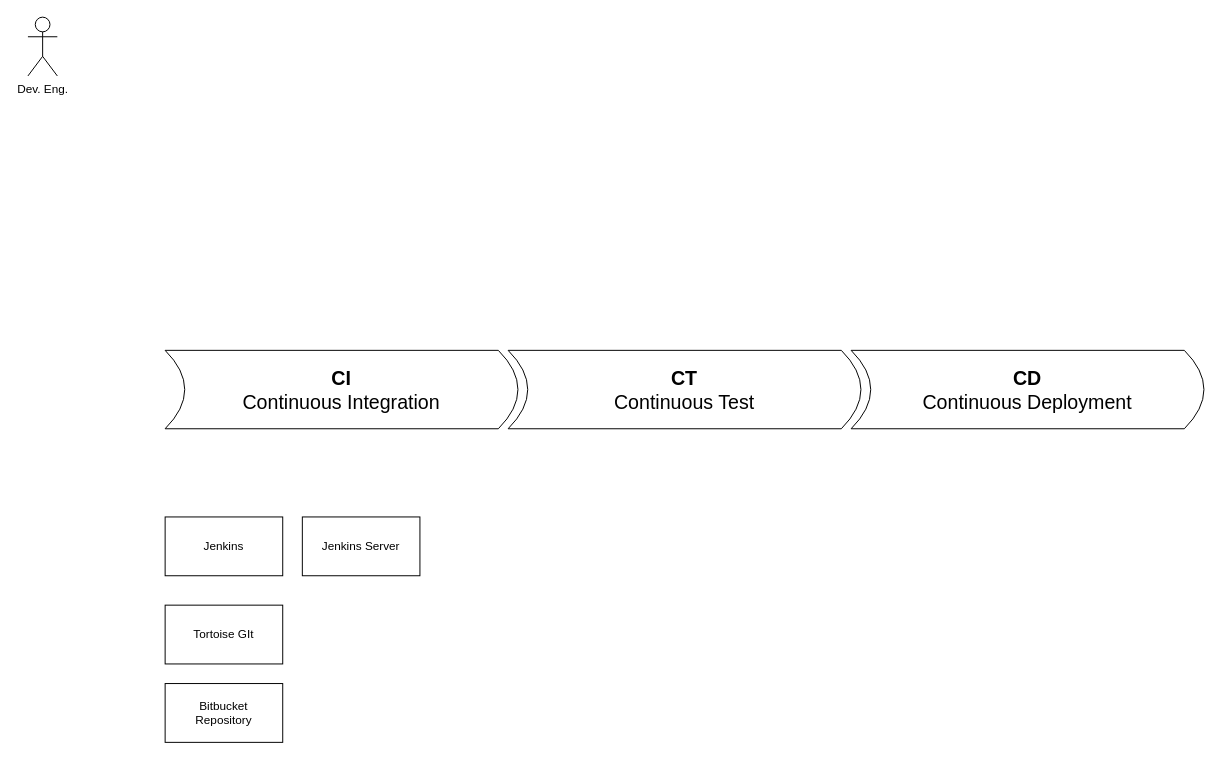
Above: Devops Pipeline.drawio in EdwardsKorea/CommonDrawIO (draw.io), before the change. Source tidied: cells renumbered, new cells numbered last; positions are measured from the earlier drawing's top-left corner, leaving out a move shared by most shapes. Both pictures are drawn from the tidied source at 98%, with x=0, y=0 at pixel (27, 17).
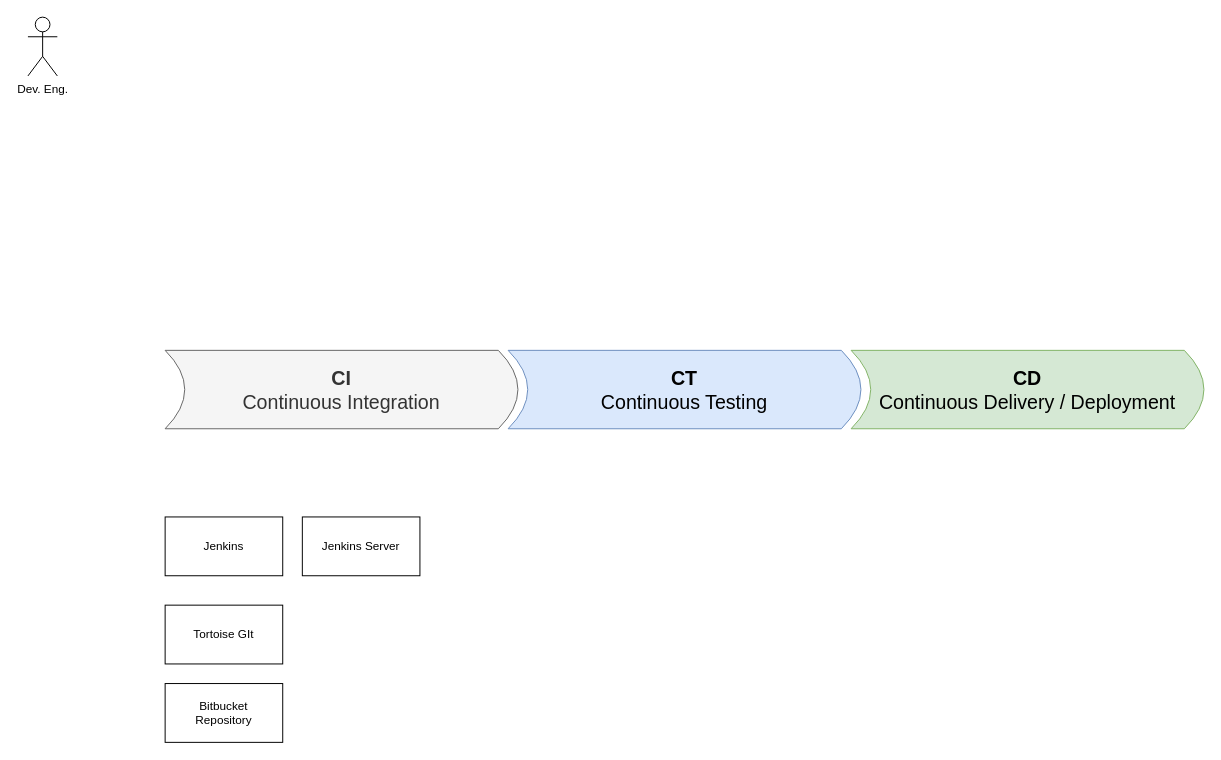
Above is the later version.

Change to the diagram source:
```diff
@@
 <mxGraphModel>
   <root>
     <mxCell id="0" />
     <mxCell id="1" parent="0" />
-    <mxCell id="2" value="&lt;b style=&quot;font-size: 20px;&quot;&gt;&lt;font style=&quot;font-size: 20px;&quot;&gt;CI&lt;/font&gt;&lt;/b&gt;&lt;div style=&quot;font-size: 20px;&quot;&gt;&lt;font style=&quot;font-size: 20px;&quot;&gt;Continuous Integration&lt;/font&gt;&lt;/div&gt;" style="shape=dataStorage;whiteSpace=wrap;html=1;fixedSize=1;flipH=1;" parent="1" vertex="1">
+    <mxCell id="2" value="&lt;b style=&quot;font-size: 20px;&quot;&gt;&lt;font style=&quot;font-size: 20px;&quot;&gt;CI&lt;/font&gt;&lt;/b&gt;&lt;div style=&quot;font-size: 20px;&quot;&gt;&lt;font style=&quot;font-size: 20px;&quot;&gt;Continuous Integration&lt;/font&gt;&lt;/div&gt;" style="shape=dataStorage;whiteSpace=wrap;html=1;fixedSize=1;flipH=1;fillColor=#f5f5f5;fontColor=#333333;strokeColor=#666666;" parent="1" vertex="1">
       <mxGeometry x="140" y="340" width="360" height="80" as="geometry" />
     </mxCell>
-    <mxCell id="3" value="&lt;b style=&quot;font-size: 20px;&quot;&gt;CT&lt;/b&gt;&lt;div style=&quot;font-size: 20px;&quot;&gt;Continuous Test&lt;/div&gt;" style="shape=dataStorage;whiteSpace=wrap;html=1;fixedSize=1;flipH=1;fontSize=20;" parent="1" vertex="1">
+    <mxCell id="3" value="&lt;b style=&quot;font-size: 20px;&quot;&gt;CT&lt;/b&gt;&lt;div style=&quot;font-size: 20px;&quot;&gt;Continuous Testing&lt;/div&gt;" style="shape=dataStorage;whiteSpace=wrap;html=1;fixedSize=1;flipH=1;fontSize=20;fillColor=#dae8fc;strokeColor=#6c8ebf;" parent="1" vertex="1">
       <mxGeometry x="490" y="340" width="360" height="80" as="geometry" />
     </mxCell>
-    <mxCell id="4" value="&lt;b style=&quot;font-size: 20px;&quot;&gt;CD&lt;/b&gt;&lt;div style=&quot;font-size: 20px;&quot;&gt;Continuous Deployment&lt;/div&gt;" style="shape=dataStorage;whiteSpace=wrap;html=1;fixedSize=1;flipH=1;fontSize=20;" parent="1" vertex="1">
+    <mxCell id="4" value="&lt;b style=&quot;font-size: 20px;&quot;&gt;CD&lt;/b&gt;&lt;div style=&quot;font-size: 20px;&quot;&gt;Continuous Delivery / Deployment&lt;/div&gt;" style="shape=dataStorage;whiteSpace=wrap;html=1;fixedSize=1;flipH=1;fontSize=20;fillColor=#d5e8d4;strokeColor=#82b366;" parent="1" vertex="1">
       <mxGeometry x="840" y="340" width="360" height="80" as="geometry" />
     </mxCell>
     <mxCell id="5" value="Jenkins" style="rounded=0;whiteSpace=wrap;html=1;" parent="1" vertex="1">
       <mxGeometry x="140" y="510" width="120" height="60" as="geometry" />
     </mxCell>
     <mxCell id="6" value="Tortoise GIt" style="rounded=0;whiteSpace=wrap;html=1;" parent="1" vertex="1">
       <mxGeometry x="140" y="600" width="120" height="60" as="geometry" />
     </mxCell>
     <mxCell id="7" value="Bitbucket&lt;div&gt;Repository&lt;/div&gt;" style="rounded=0;whiteSpace=wrap;html=1;" parent="1" vertex="1">
       <mxGeometry x="140" y="680" width="120" height="60" as="geometry" />
     </mxCell>
     <mxCell id="8" value="Dev. Eng." style="shape=umlActor;verticalLabelPosition=bottom;verticalAlign=top;html=1;" parent="1" vertex="1">
       <mxGeometry width="30" height="60" as="geometry" />
     </mxCell>
     <mxCell id="9" value="Jenkins Server" style="rounded=0;whiteSpace=wrap;html=1;" parent="1" vertex="1">
       <mxGeometry x="280" y="510" width="120" height="60" as="geometry" />
     </mxCell>
   </root>
 </mxGraphModel>
```
